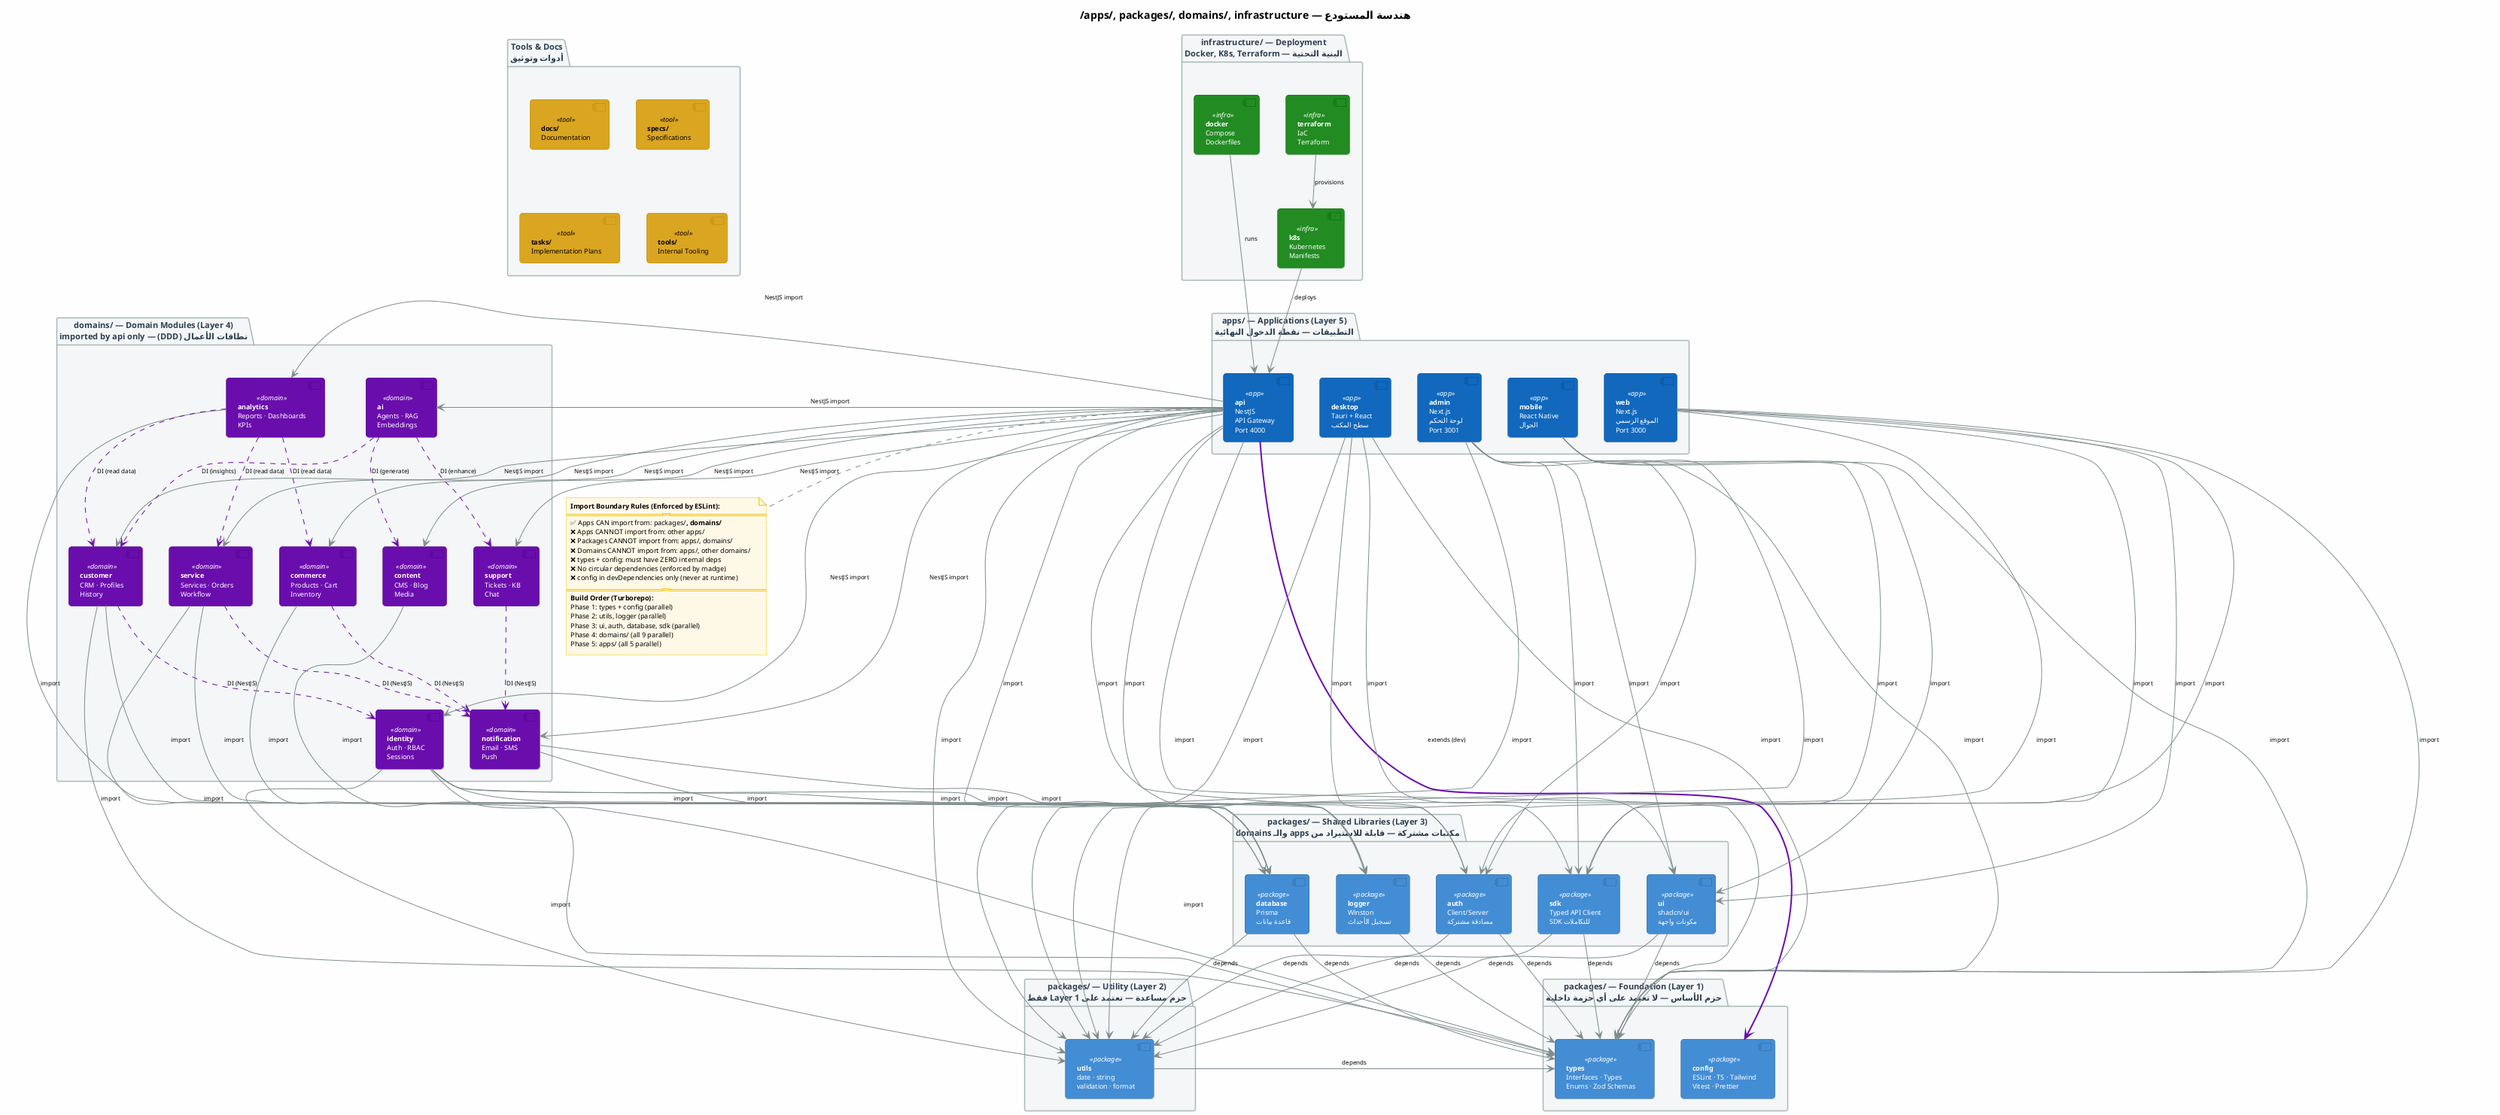
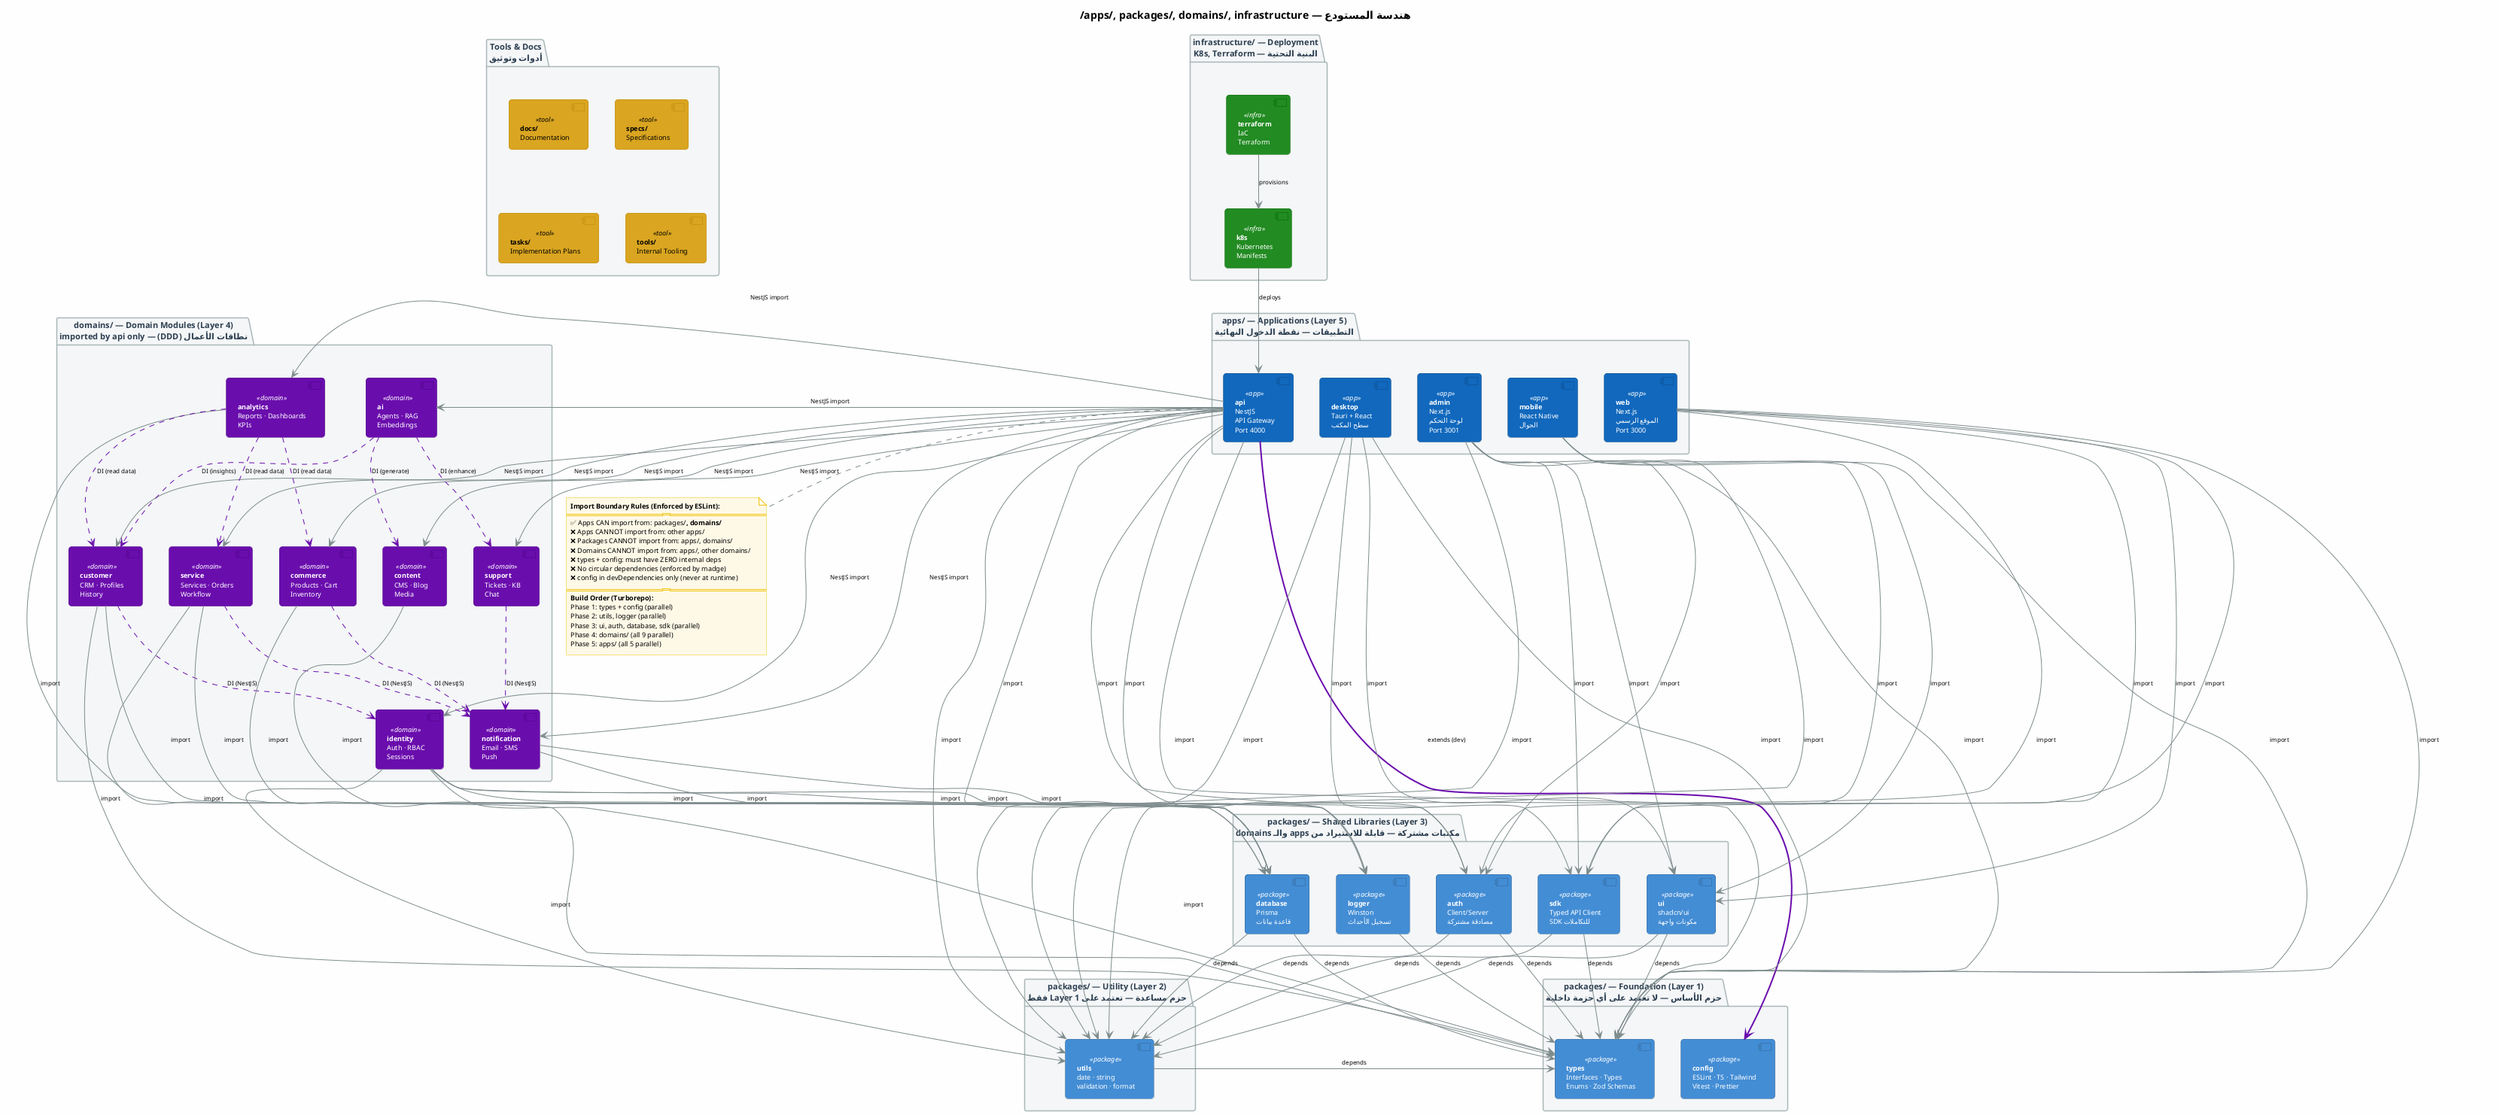
@startuml repository-architecture
' ============================================================
' AlharisTech Platform — Repository Architecture (Monorepo)
' apps/ packages/ domains/ infrastructure/ with dependency arrows
' ============================================================

skinparam backgroundColor #FEFEFE
skinparam defaultFontName "Segoe UI, Helvetica, Arial, sans-serif"
skinparam defaultFontSize 10

skinparam component {
  BackgroundColor<<app>> #1168BD
  FontColor<<app>> #FFFFFF
  BorderColor<<app>> #0B4884
  BackgroundColor<<package>> #438DD5
  FontColor<<package>> #FFFFFF
  BorderColor<<package>> #2E6290
  BackgroundColor<<domain>> #6A0DAD
  FontColor<<domain>> #FFFFFF
  BorderColor<<domain>> #4B0082
  BackgroundColor<<infra>> #228B22
  FontColor<<infra>> #FFFFFF
  BorderColor<<infra>> #006400
  BackgroundColor<<tool>> #DAA520
  FontColor<<tool>> #000000
  BorderColor<<tool>> #B8860B
  RoundCorner 8
  FontSize 9
}

skinparam package {
  BackgroundColor #F4F6F7
  BorderColor #AAB7B8
  FontColor #2C3E50
  FontSize 11
  FontStyle bold
}

skinparam arrow {
  FontSize 8
  Color #7F8C8D
}

skinparam note {
  BackgroundColor #FEF9E7
  BorderColor #F1C40F
  FontSize 9
}

title **AlharisTech Platform — Repository Architecture (Monorepo)**
title **هندسة المستودع — apps/, packages/, domains/, infrastructure/**

' ============================================================
' LAYER 5: APPS
' ============================================================
package "**apps/** — Applications (Layer 5)\nالتطبيقات — نقطة الدخول النهائية" {

  component "**web**\nNext.js\nالموقع الرسمي\nPort 3000" <<app>> as App_Web
  component "**admin**\nNext.js\nلوحة التحكم\nPort 3001" <<app>> as App_Admin
  component "**api**\nNestJS\nAPI Gateway\nPort 4000" <<app>> as App_API
  component "**desktop**\nTauri + React\nسطح المكتب" <<app>> as App_Desktop
  component "**mobile**\nReact Native\nالجوال" <<app>> as App_Mobile
}

' ============================================================
' LAYER 4: DOMAINS
' ============================================================
package "**domains/** — Domain Modules (Layer 4)\nنطاقات الأعمال (DDD) — imported by api only" {

  component "**identity**\nAuth · RBAC\nSessions" <<domain>> as Dom_Identity
  component "**customer**\nCRM · Profiles\nHistory" <<domain>> as Dom_Customer
  component "**service**\nServices · Orders\nWorkflow" <<domain>> as Dom_Service
  component "**commerce**\nProducts · Cart\nInventory" <<domain>> as Dom_Commerce
  component "**support**\nTickets · KB\nChat" <<domain>> as Dom_Support
  component "**content**\nCMS · Blog\nMedia" <<domain>> as Dom_Content
  component "**notification**\nEmail · SMS\nPush" <<domain>> as Dom_Notification
  component "**analytics**\nReports · Dashboards\nKPIs" <<domain>> as Dom_Analytics
  component "**ai**\nAgents · RAG\nEmbeddings" <<domain>> as Dom_AI
}

' ============================================================
' LAYER 3: PACKAGES (DEPENDENT)
' ============================================================
package "**packages/** — Shared Libraries (Layer 3)\nمكتبات مشتركة — قابلة للاستيراد من apps والـ domains" {

  component "**ui**\nshadcn/ui\nمكونات واجهة" <<package>> as Pkg_UI
  component "**auth**\nClient/Server\nمصادقة مشتركة" <<package>> as Pkg_Auth
  component "**database**\nPrisma\nقاعدة بيانات" <<package>> as Pkg_DB
  component "**sdk**\nTyped API Client\nSDK للتكاملات" <<package>> as Pkg_SDK
  component "**logger**\nWinston\nتسجيل الأحداث" <<package>> as Pkg_Logger
}

' ============================================================
' LAYER 2: PACKAGES (UTILITY)
' ============================================================
package "**packages/** — Utility (Layer 2)\nحزم مساعدة — تعتمد على Layer 1 فقط" {
  component "**utils**\ndate · string\nvalidation · format" <<package>> as Pkg_Utils
}

' ============================================================
' LAYER 1: FOUNDATION
' ============================================================
package "**packages/** — Foundation (Layer 1)\nحزم الأساس — لا تعتمد على أي حزمة داخلية" {
  component "**types**\nInterfaces · Types\nEnums · Zod Schemas" <<package>> as Pkg_Types
  component "**config**\nESLint · TS · Tailwind\nVitest · Prettier" <<package>> as Pkg_Config
}

' ============================================================
' INFRASTRUCTURE & TOOLS
' ============================================================
- package "**infrastructure/** — Deployment\nالبنية التحتية — Docker, K8s, Terraform" {
-   component "**docker**\nCompose\nDockerfiles" <<infra>> as Infra_Docker
+ package "**infrastructure/** — Deployment\nالبنية التحتية — K8s, Terraform" {
  component "**k8s**\nKubernetes\nManifests" <<infra>> as Infra_K8s
  component "**terraform**\nIaC\nTerraform" <<infra>> as Infra_TF
}

package "**Tools & Docs**\nأدوات وتوثيق" {
  component "**docs/**\nDocumentation" <<tool>> as Docs
  component "**specs/**\nSpecifications" <<tool>> as Specs
  component "**tasks/**\nImplementation Plans" <<tool>> as Tasks
  component "**tools/**\nInternal Tooling" <<tool>> as Tools
}

' ============================================================
' DEPENDENCY ARROWS
' ============================================================

' Apps → Packages
App_Web --> Pkg_UI : "import"
App_Web --> Pkg_Auth : "import"
App_Web --> Pkg_SDK : "import"
App_Web --> Pkg_Types : "import"
App_Web --> Pkg_Utils : "import"

App_Admin --> Pkg_UI : "import"
App_Admin --> Pkg_Auth : "import"
App_Admin --> Pkg_SDK : "import"
App_Admin --> Pkg_Types : "import"
App_Admin --> Pkg_Utils : "import"

App_API --> Pkg_Auth : "import"
App_API --> Pkg_DB : "import"
App_API --> Pkg_Logger : "import"
App_API --> Pkg_Types : "import"
App_API --> Pkg_Utils : "import"
App_API -[#6A0DAD,bold]down-> Pkg_Config : "extends (dev)"

App_Desktop --> Pkg_UI : "import"
App_Desktop --> Pkg_SDK : "import"
App_Desktop --> Pkg_Types : "import"
App_Desktop --> Pkg_Utils : "import"

App_Mobile --> Pkg_UI : "import"
App_Mobile --> Pkg_SDK : "import"
App_Mobile --> Pkg_Types : "import"
App_Mobile --> Pkg_Utils : "import"

' API → Domains (only api imports domains)
App_API --> Dom_Identity : "NestJS import"
App_API --> Dom_Customer : "NestJS import"
App_API --> Dom_Service : "NestJS import"
App_API --> Dom_Commerce : "NestJS import"
App_API --> Dom_Support : "NestJS import"
App_API --> Dom_Content : "NestJS import"
App_API --> Dom_Notification : "NestJS import"
App_API --> Dom_Analytics : "NestJS import"
App_API --> Dom_AI : "NestJS import"

' Domains → Packages
Dom_Identity --> Pkg_DB : "import"
Dom_Identity --> Pkg_Logger : "import"
Dom_Identity --> Pkg_Types : "import"
Dom_Identity --> Pkg_Utils : "import"
Dom_Identity --> Pkg_Auth : "import"

Dom_Customer --> Pkg_DB : "import"
Dom_Customer --> Pkg_Types : "import"
Dom_Customer -[#6A0DAD,dashed]-> Dom_Identity : "DI (NestJS)"

Dom_Service --> Pkg_DB : "import"
Dom_Service --> Pkg_Types : "import"
Dom_Service -[#6A0DAD,dashed]-> Dom_Notification : "DI (NestJS)"

Dom_Commerce --> Pkg_DB : "import"
Dom_Commerce -[#6A0DAD,dashed]-> Dom_Notification : "DI (NestJS)"

Dom_Support -[#6A0DAD,dashed]-> Dom_Notification : "DI (NestJS)"

Dom_Content --> Pkg_DB : "import"

Dom_Notification --> Pkg_DB : "import"
Dom_Notification --> Pkg_Logger : "import"

Dom_Analytics --> Pkg_DB : "import"
Dom_Analytics -[#6A0DAD,dashed]-> Dom_Customer : "DI (read data)"
Dom_Analytics -[#6A0DAD,dashed]-> Dom_Service : "DI (read data)"
Dom_Analytics -[#6A0DAD,dashed]-> Dom_Commerce : "DI (read data)"

Dom_AI -[#6A0DAD,dashed]-> Dom_Support : "DI (enhance)"
Dom_AI -[#6A0DAD,dashed]-> Dom_Content : "DI (generate)"
Dom_AI -[#6A0DAD,dashed]-> Dom_Customer : "DI (insights)"

' Package → Package (within layers)
Pkg_Utils --> Pkg_Types : "depends"
Pkg_Logger --> Pkg_Types : "depends"
Pkg_Auth --> Pkg_Types : "depends"
Pkg_Auth --> Pkg_Utils : "depends"
Pkg_DB --> Pkg_Types : "depends"
Pkg_DB --> Pkg_Utils : "depends"
Pkg_UI --> Pkg_Types : "depends"
Pkg_UI --> Pkg_Utils : "depends"
Pkg_SDK --> Pkg_Types : "depends"
Pkg_SDK --> Pkg_Utils : "depends"

' Infrastructure
- Infra_Docker --> App_API : "runs"
+ 
Infra_K8s --> App_API : "deploys"
Infra_TF --> Infra_K8s : "provisions"

' ============================================================
' IMPORT BOUNDARY RULES
' ============================================================
note bottom of App_API
  **Import Boundary Rules (Enforced by ESLint):**
  ================================================
  ✅ Apps CAN import from: packages/**, domains/**
  ❌ Apps CANNOT import from: other apps/
  ❌ Packages CANNOT import from: apps/, domains/
  ❌ Domains CANNOT import from: apps/, other domains/
  ❌ types + config: must have ZERO internal deps
  ❌ No circular dependencies (enforced by madge)
  ❌ config in devDependencies only (never at runtime)
  ================================================
  **Build Order (Turborepo):**
  Phase 1: types + config (parallel)
  Phase 2: utils, logger (parallel)
  Phase 3: ui, auth, database, sdk (parallel)
  Phase 4: domains/ (all 9 parallel)
  Phase 5: apps/ (all 5 parallel)
endnote

@enduml
